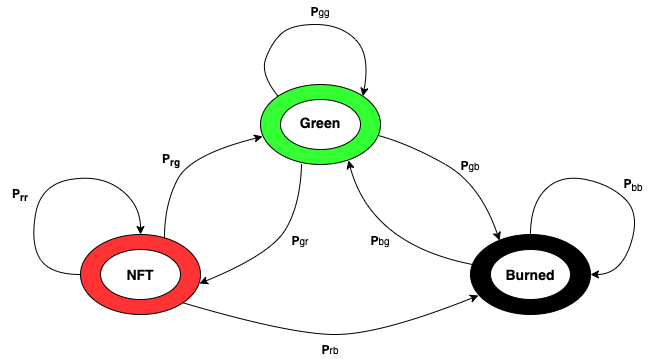
Before: carbon_renaissance/state_diagram.png, a diagram exported from draw.io (icmoore/syscoin-tex). Source tidied: cells renumbered, new cells last; positions are measured from the earlier drawing's top-left corner, leaving out a move shared by most shapes.
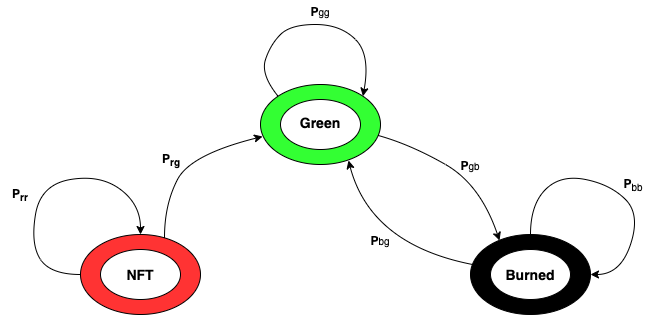
The same file after the commit.

Diff of the diagram source:
```diff
@@ -53,24 +53,6 @@
         </Array>
       </mxGeometry>
     </mxCell>
-    <mxCell id="9" style="curved=1;endArrow=classic;html=1;exitX=0.342;exitY=0.988;exitDx=0;exitDy=0;exitPerimeter=0;" parent="1" edge="1" source="2">
-      <mxGeometry relative="1" as="geometry">
-        <mxPoint x="199" y="283" as="targetPoint" />
-        <Array as="points">
-          <mxPoint x="300" y="204" />
-          <mxPoint x="270" y="254" />
-        </Array>
-      </mxGeometry>
-    </mxCell>
-    <mxCell id="10" style="curved=1;endArrow=classic;html=1;exitX=1;exitY=1;exitDx=0;exitDy=0;" parent="1" edge="1" source="3">
-      <mxGeometry relative="1" as="geometry">
-        <mxPoint x="478" y="295" as="targetPoint" />
-        <Array as="points">
-          <mxPoint x="290" y="334" />
-          <mxPoint x="380" y="334" />
-        </Array>
-      </mxGeometry>
-    </mxCell>
     <mxCell id="11" style="curved=1;endArrow=classic;html=1;exitX=0.983;exitY=0.638;exitDx=0;exitDy=0;entryX=0.242;entryY=0.075;entryDx=0;entryDy=0;entryPerimeter=0;exitPerimeter=0;" parent="1" edge="1" source="2" target="4">
       <mxGeometry relative="1" as="geometry">
         <Array as="points">
@@ -116,17 +98,14 @@
     <mxCell id="22" value="&lt;b&gt;P&lt;sub&gt;rr&lt;/sub&gt;&lt;/b&gt;" style="text;html=1;strokeColor=none;fillColor=none;align=center;verticalAlign=middle;whiteSpace=wrap;rounded=0;" parent="1" vertex="1">
       <mxGeometry y="184" width="40" height="20" as="geometry" />
     </mxCell>
-    <mxCell id="23" value="&lt;sub&gt;&lt;span style=&quot;font-size: 12px&quot;&gt;&lt;b&gt;P&lt;/b&gt;&lt;/span&gt;gr&lt;/sub&gt;" style="text;html=1;strokeColor=none;fillColor=none;align=center;verticalAlign=middle;whiteSpace=wrap;rounded=0;" parent="1" vertex="1">
-      <mxGeometry x="280" y="229" width="40" height="20" as="geometry" />
-    </mxCell>
     <mxCell id="24" value="&lt;b&gt;P&lt;sub&gt;rg&lt;/sub&gt;&lt;/b&gt;" style="text;html=1;strokeColor=none;fillColor=none;align=center;verticalAlign=middle;whiteSpace=wrap;rounded=0;" parent="1" vertex="1">
       <mxGeometry x="151" y="149" width="40" height="20" as="geometry" />
     </mxCell>
-    <mxCell id="25" value="&lt;sub&gt;&lt;span style=&quot;font-size: 12px&quot;&gt;&lt;b&gt;P&lt;/b&gt;&lt;/span&gt;rb&lt;/sub&gt;" style="text;html=1;strokeColor=none;fillColor=none;align=center;verticalAlign=middle;whiteSpace=wrap;rounded=0;" parent="1" vertex="1">
-      <mxGeometry x="310" y="338" width="40" height="20" as="geometry" />
-    </mxCell>
     <mxCell id="26" value="&lt;sub&gt;&lt;span style=&quot;font-size: 12px&quot;&gt;&lt;b&gt;P&lt;/b&gt;&lt;/span&gt;bg&lt;/sub&gt;" style="text;html=1;strokeColor=none;fillColor=none;align=center;verticalAlign=middle;whiteSpace=wrap;rounded=0;" parent="1" vertex="1">
       <mxGeometry x="360" y="229" width="40" height="20" as="geometry" />
     </mxCell>
+    <mxCell id="27" style="edgeStyle=orthogonalEdgeStyle;rounded=0;orthogonalLoop=1;jettySize=auto;html=1;exitX=0;exitY=0.5;exitDx=0;exitDy=0;entryX=0.075;entryY=0.775;entryDx=0;entryDy=0;entryPerimeter=0;" parent="1" edge="1" source="4" target="4">
+      <mxGeometry relative="1" as="geometry" />
+    </mxCell>
   </root>
 </mxGraphModel>
```
